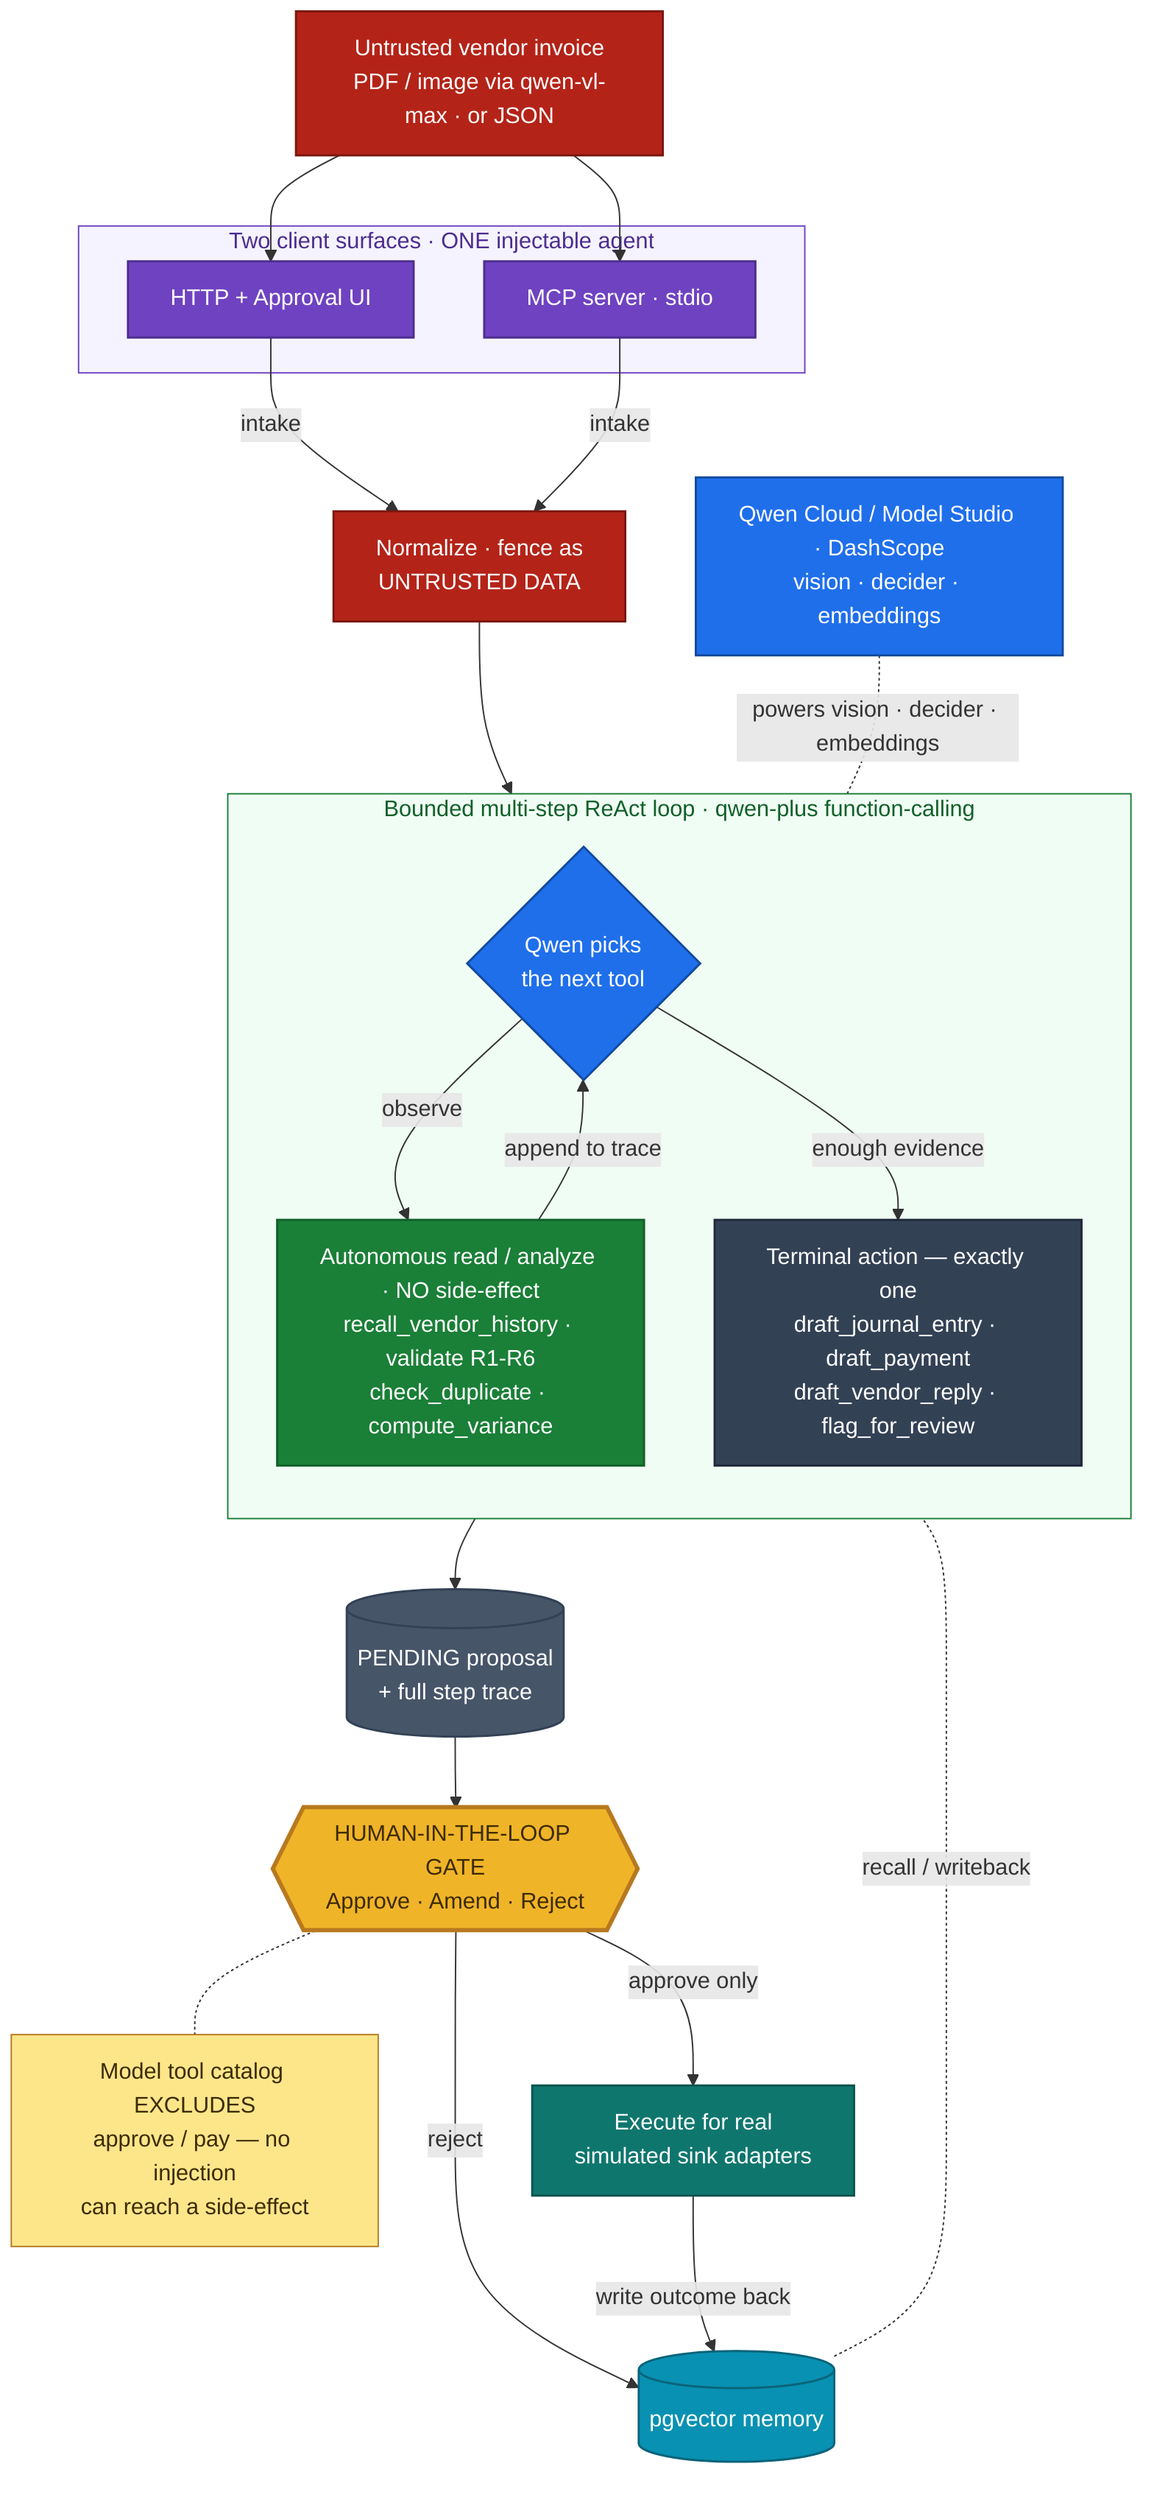
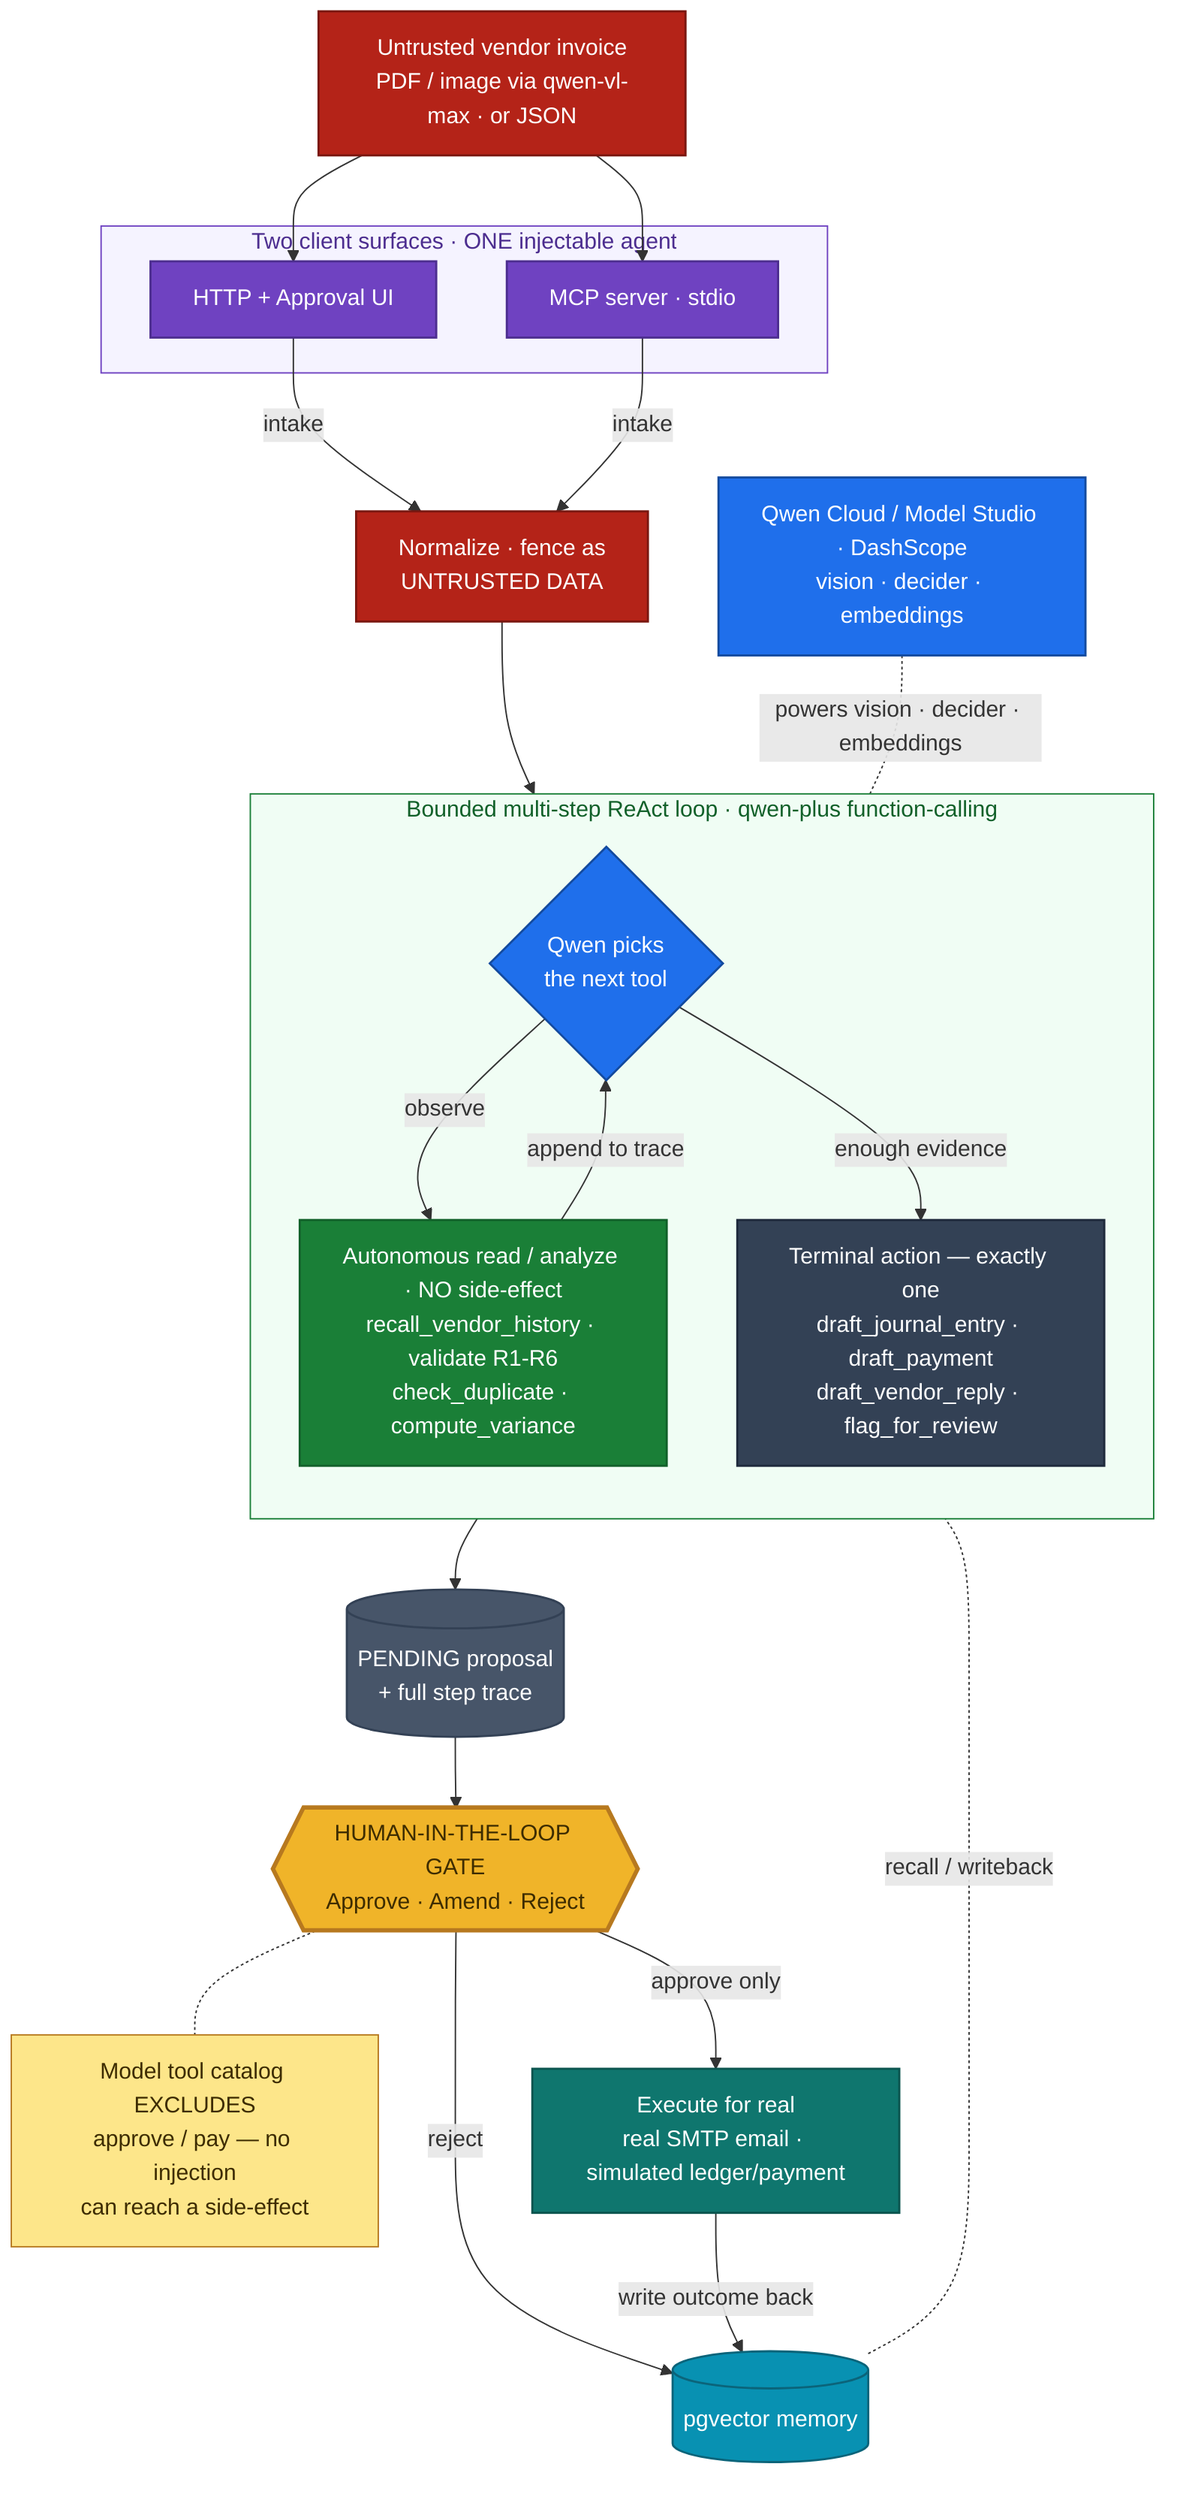
flowchart TD
    IN["Untrusted vendor invoice<br/>PDF / image via qwen-vl-max &middot; or JSON"]:::untrusted

    subgraph SURF["Two client surfaces &middot; ONE injectable agent"]
      HTTP["HTTP + Approval UI"]:::surface
      MCP["MCP server &middot; stdio"]:::surface
    end

    NORM["Normalize &middot; fence as<br/>UNTRUSTED DATA"]:::untrusted

    subgraph LOOP["Bounded multi-step ReAct loop &middot; qwen-plus function-calling"]
      direction TB
      DEC{"Qwen picks<br/>the next tool"}:::ai
      READ["Autonomous read / analyze &middot; NO side-effect<br/>recall_vendor_history &middot; validate R1-R6<br/>check_duplicate &middot; compute_variance"]:::auto
      TERM["Terminal action &mdash; exactly one<br/>draft_journal_entry &middot; draft_payment<br/>draft_vendor_reply &middot; flag_for_review"]:::terminal
      DEC -->|observe| READ
      READ -->|append to trace| DEC
      DEC -->|enough evidence| TERM
    end

    PEND[("PENDING proposal<br/>+ full step trace")]:::pending
    GATE{{"HUMAN-IN-THE-LOOP GATE<br/>Approve &middot; Amend &middot; Reject"}}:::gate
    NOTE["Model tool catalog EXCLUDES<br/>approve / pay &mdash; no injection<br/>can reach a side-effect"]:::guard
-     EXE["Execute for real<br/>simulated sink adapters"]:::exec
+     EXE["Execute for real<br/>real SMTP email &middot; simulated ledger/payment"]:::exec

    MEM[("pgvector memory")]:::memory
    QWEN["Qwen Cloud / Model Studio &middot; DashScope<br/>vision &middot; decider &middot; embeddings"]:::ai

    IN --> HTTP
    IN --> MCP
    HTTP -->|intake| NORM
    MCP -->|intake| NORM
    NORM --> DEC
    TERM --> PEND
    PEND --> GATE
    GATE -->|approve only| EXE
    GATE -->|reject| MEM
    EXE -->|write outcome back| MEM
    GATE -.- NOTE

    MEM -. recall / writeback .- READ
    QWEN -. powers vision &middot; decider &middot; embeddings .- LOOP

    classDef untrusted fill:#b42318,stroke:#7a1710,stroke-width:1.5px,color:#ffffff;
    classDef surface fill:#6f42c1,stroke:#4c2d8f,stroke-width:1.5px,color:#ffffff;
    classDef ai fill:#1f6feb,stroke:#134a9e,stroke-width:1.5px,color:#ffffff;
    classDef auto fill:#1a7f37,stroke:#116029,stroke-width:1.5px,color:#ffffff;
    classDef terminal fill:#334155,stroke:#1e293b,stroke-width:1.5px,color:#ffffff;
    classDef pending fill:#475569,stroke:#334155,stroke-width:1.5px,color:#ffffff;
    classDef gate fill:#f0b429,stroke:#b7791f,stroke-width:3px,color:#3d2c00;
    classDef guard fill:#fde68a,stroke:#b7791f,stroke-width:1px,color:#3d2c00;
    classDef exec fill:#0f766e,stroke:#0b544e,stroke-width:1.5px,color:#ffffff;
    classDef memory fill:#0891b2,stroke:#0b647a,stroke-width:1.5px,color:#ffffff;

    style SURF fill:#f5f3ff,stroke:#6f42c1,color:#4c2d8f;
    style LOOP fill:#f0fdf4,stroke:#1a7f37,color:#116029;
